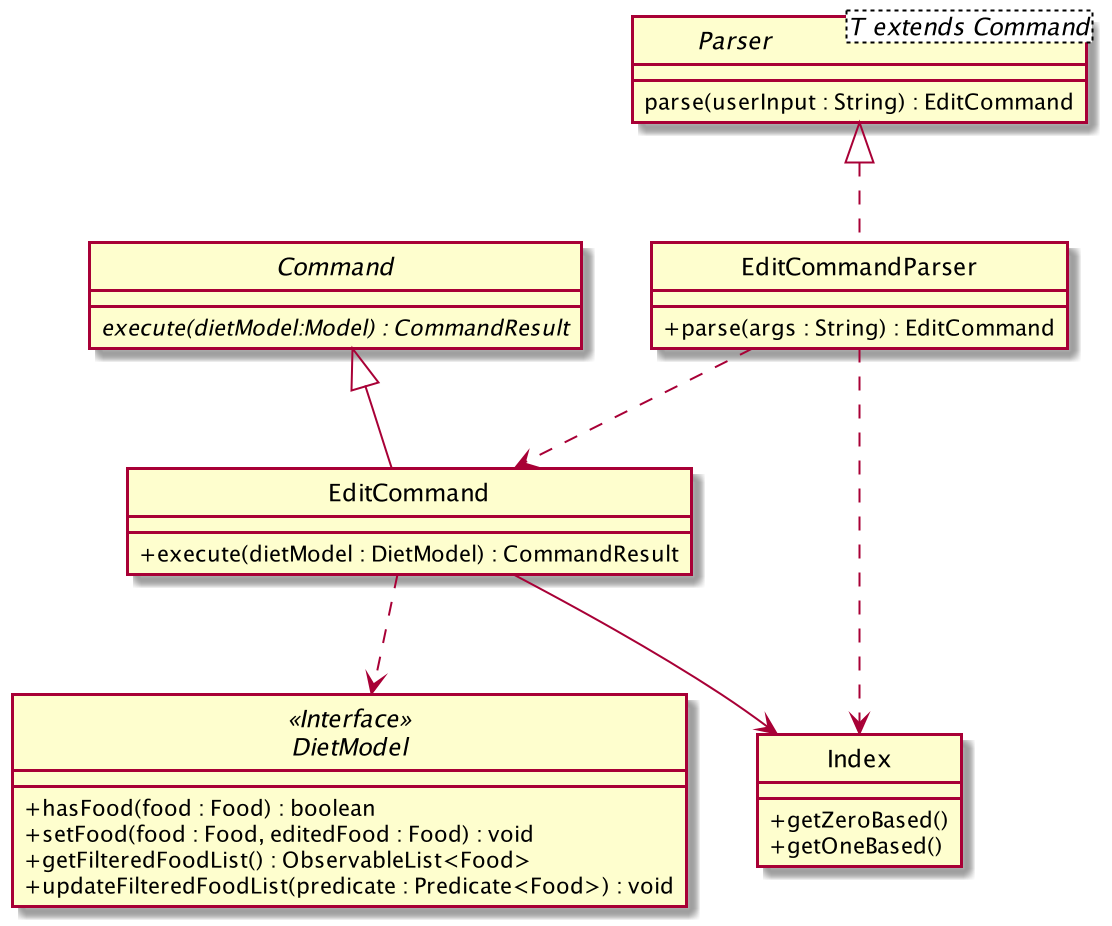
This is images/DietTrackerEditCommandClassDiagram.png from AY1920S2-CS2103T-W13-1/main, a PlantUML export, as it was before one commit. Source of this version:
```plantuml
@startuml

skinparam backgroundColor #ffffff
skinparam classAttributeIconSize 0
hide circle


class EditCommandParser implements Parser {
    + parse(args : String) : EditCommand
}

interface Parser<T extends Command> {
    parse(userInput : String) : EditCommand
}

abstract class Command {
    {abstract} execute(dietModel:Model) : CommandResult
}

class EditCommand extends Command {

    + execute(dietModel : DietModel) : CommandResult

}

interface DietModel <<Interface>> {
    + hasFood(food : Food) : boolean
    + setFood(food : Food, editedFood : Food) : void
    + getFilteredFoodList() : ObservableList<Food>
    + updateFilteredFoodList(predicate : Predicate<Food>) : void
}

class Index {
    + getZeroBased()
    + getOneBased()
}


EditCommandParser ..> EditCommand
EditCommand ..> DietModel
EditCommandParser ..> Index
EditCommand --> Index

@enduml
```
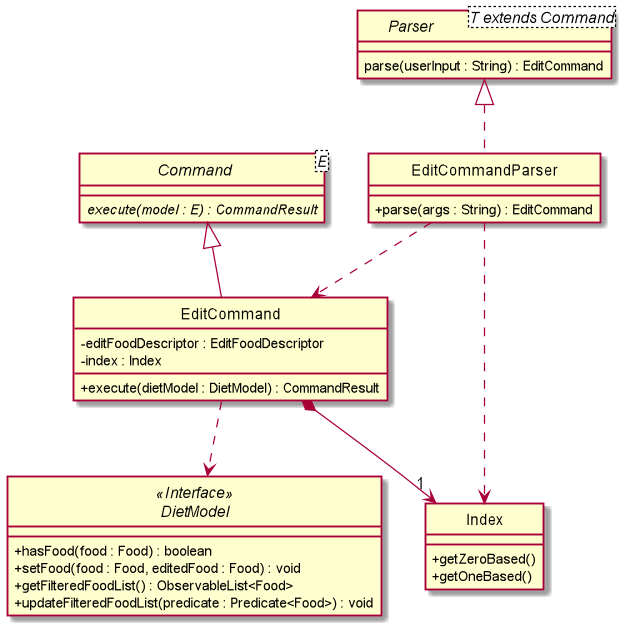
Above is the later version.

The edit, as a diff of the source:
```diff
@@ -13,11 +13,13 @@
     parse(userInput : String) : EditCommand
 }
 
-abstract class Command {
-    {abstract} execute(dietModel:Model) : CommandResult
+abstract class Command<E> {
+    {abstract} execute(model : E) : CommandResult
 }
 
 class EditCommand extends Command {
+    - editFoodDescriptor : EditFoodDescriptor
+    - index : Index
 
     + execute(dietModel : DietModel) : CommandResult
 
@@ -39,6 +41,6 @@
 EditCommandParser ..> EditCommand
 EditCommand ..> DietModel
 EditCommandParser ..> Index
-EditCommand --> Index
+EditCommand *--> "1" Index
 
 @enduml
```
